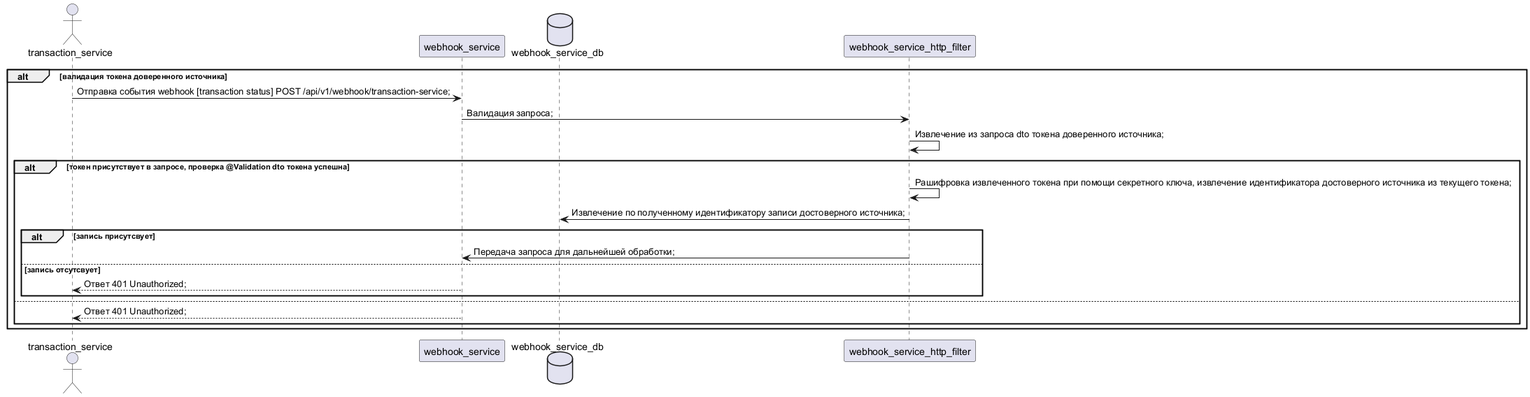
Earlier version of the PlantUML export diagrams/webhook-sevice-interaction/access_token_validation_uml.png (U-235-92/payment-system). Source of this version:
```plantuml
@startuml

actor transaction_service
participant webhook_service
database webhook_service_db
participant webhook_service_http_filter

alt валидация токена доверенного источника
	transaction_service -> webhook_service : Отправка события webhook [transaction status] POST /api/v1/webhook/transaction-service;
	webhook_service -> webhook_service_http_filter : Валидация запроса;
	webhook_service_http_filter -> webhook_service_http_filter : Извлечение из запроса dto токена доверенного источника;

	alt токен присутствует в запросе, проверка @Validation dto токена успешна
		webhook_service_http_filter -> webhook_service_http_filter : Рашифровка извлеченного токена при помощи секретного ключа, извлечение идентификатора достоверного источника из текущего токена;
		webhook_service_http_filter -> webhook_service_db : Извлечение по полученному идентификатору записи достоверного источника;

		alt запись присутсвует
			webhook_service_http_filter -> webhook_service : Передача запроса для дальнейшей обработки;

		else запись отсутсвует
			webhook_service --> transaction_service : Ответ 401 Unauthorized;
		end
	else
		webhook_service --> transaction_service : Ответ 401 Unauthorized;
	end
end

@enduml
```
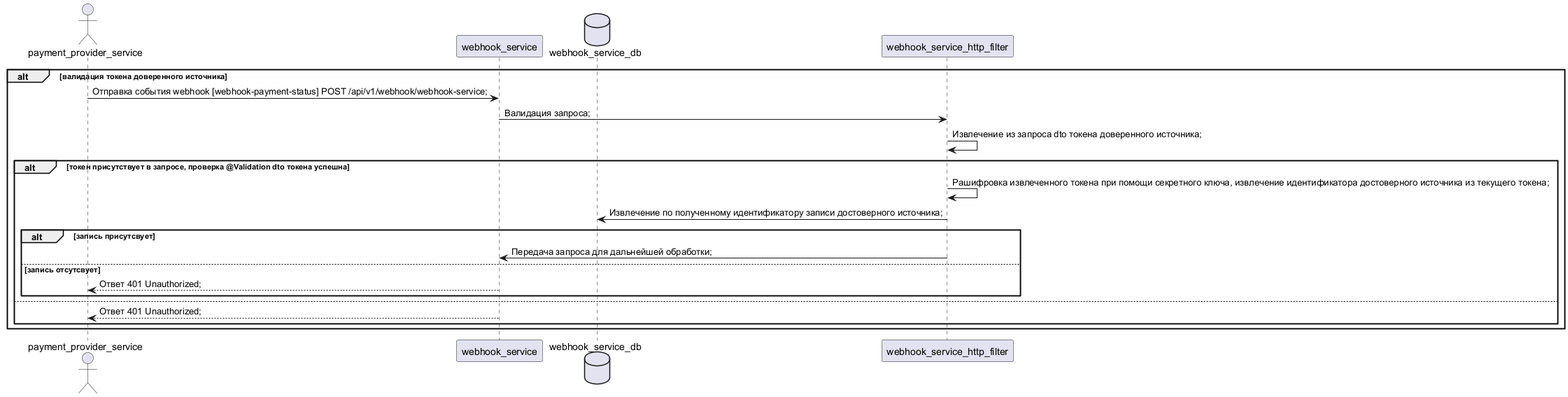
The same file after the commit.

Commit message:
Module #7. V05_11_2026 [diagrams]. Updated UML diagrams.

What changed in the source:
```diff
@@ -1,12 +1,12 @@
 @startuml
 
-actor transaction_service
+actor payment_provider_service
 participant webhook_service
 database webhook_service_db
 participant webhook_service_http_filter
 
 alt валидация токена доверенного источника
-	transaction_service -> webhook_service : Отправка события webhook [transaction status] POST /api/v1/webhook/transaction-service;
+	payment_provider_service -> webhook_service : Отправка события webhook [webhook-payment-status] POST /api/v1/webhook/webhook-service;
 	webhook_service -> webhook_service_http_filter : Валидация запроса;
 	webhook_service_http_filter -> webhook_service_http_filter : Извлечение из запроса dto токена доверенного источника;
 
@@ -18,10 +18,10 @@
 			webhook_service_http_filter -> webhook_service : Передача запроса для дальнейшей обработки;
 
 		else запись отсутсвует
-			webhook_service --> transaction_service : Ответ 401 Unauthorized;
+			webhook_service --> payment_provider_service : Ответ 401 Unauthorized;
 		end
 	else
-		webhook_service --> transaction_service : Ответ 401 Unauthorized;
+		webhook_service --> payment_provider_service : Ответ 401 Unauthorized;
 	end
 end
 
```
